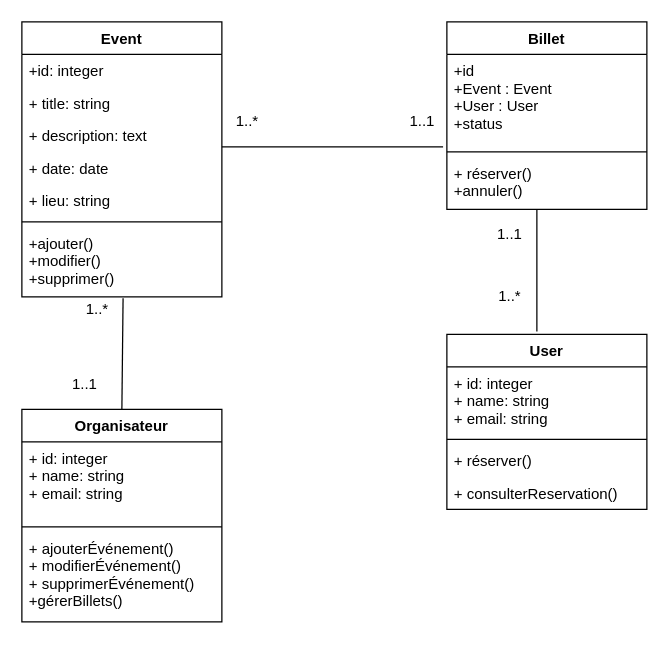
The draw.io diagram conception/DC.drawio in AmeksaKhadija/oopChallenge, before the edit. Source tidied: cells renumbered, new cells numbered last; positions are measured from the earlier drawing's top-left corner, leaving out a move shared by most shapes. Both pictures are drawn from the tidied source at 125%, with x=0, y=0 at pixel (21, 21).
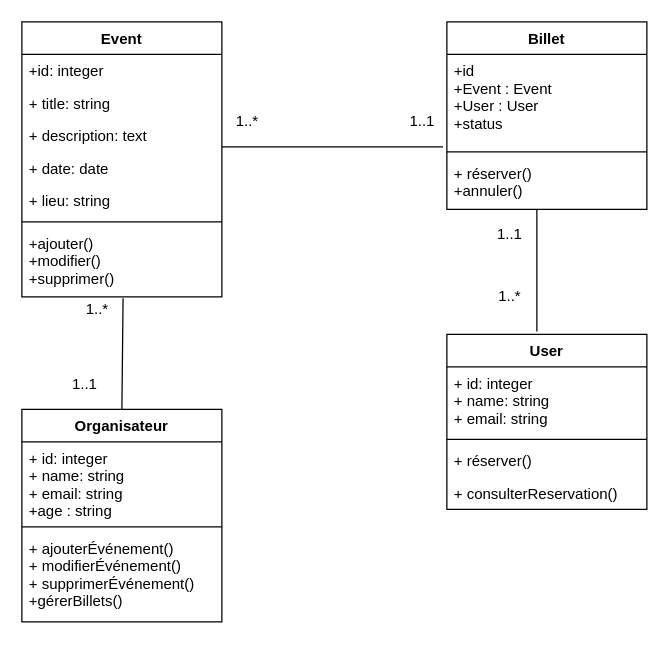
Above is the later version.

Commit message (it also covers changes not shown here):
ajout de la methode de reserverBillet et la methode de consulter les reservation

The change refers to these unchanged cells:
```xml
<mxCell id="2" value="Organisateur" style="swimlane;fontStyle=1;align=center;verticalAlign=top;horizontal=1;startSize=26;" parent="1" vertex="1">
  <mxGeometry y="310" width="160" height="170" as="geometry" />
</mxCell>
```

The edit, as a diff of the source:
```diff
@@
-    <mxCell id="3" value="+ id: integer&#10;+ name: string&#10;+ email: string" style="text;strokeColor=none;fillColor=none;align=left;verticalAlign=top;spacingLeft=4;spacingRight=4;overflow=hidden;" parent="2" vertex="1">
+    <mxCell id="3" value="+ id: integer&#10;+ name: string&#10;+ email: string&#10;+age : string" style="text;strokeColor=none;fillColor=none;align=left;verticalAlign=top;spacingLeft=4;spacingRight=4;overflow=hidden;" parent="2" vertex="1">
       <mxGeometry y="26" width="160" height="64" as="geometry" />
     </mxCell>
```
